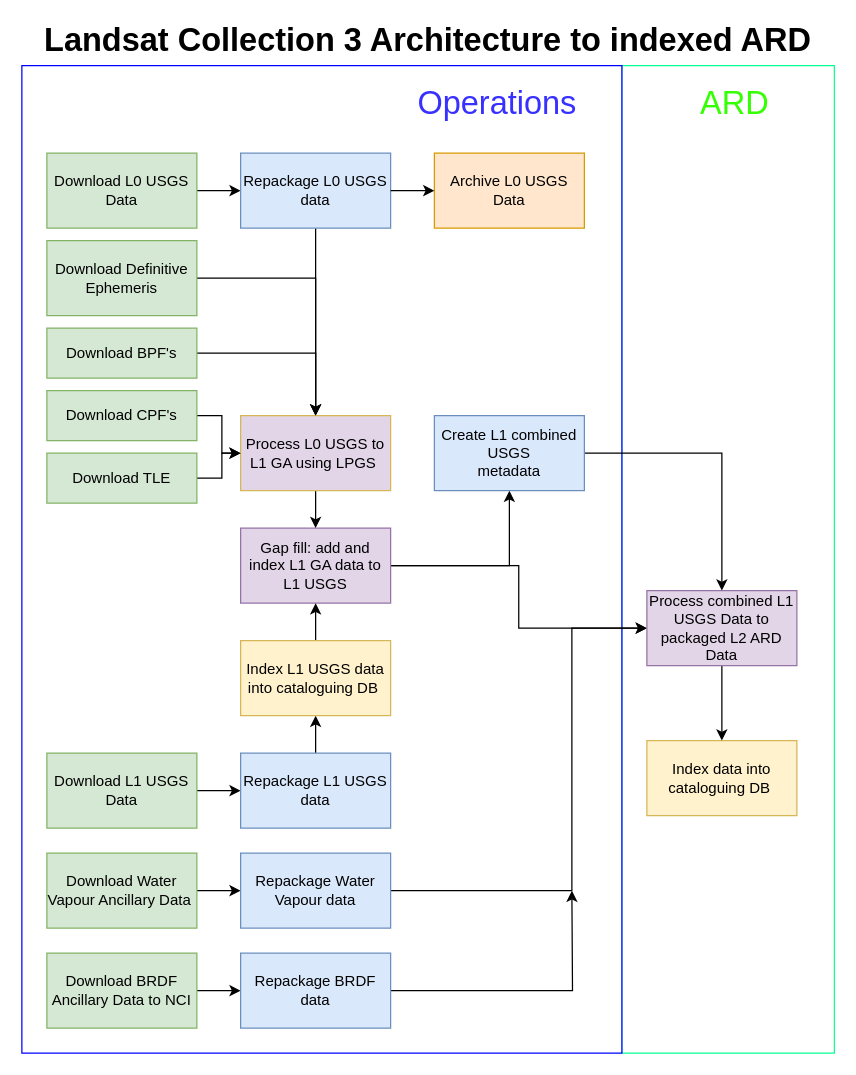
This is collection3/c3dataflow.drawio from dunkgray/dea-document-images, a draw.io file, before an edit. Source tidied: cells renumbered, new cells numbered last; positions are measured from the earlier drawing's top-left corner, leaving out a move shared by most shapes. Both pictures are drawn from the tidied source at 125%, with x=0, y=0 at pixel (21, 28).
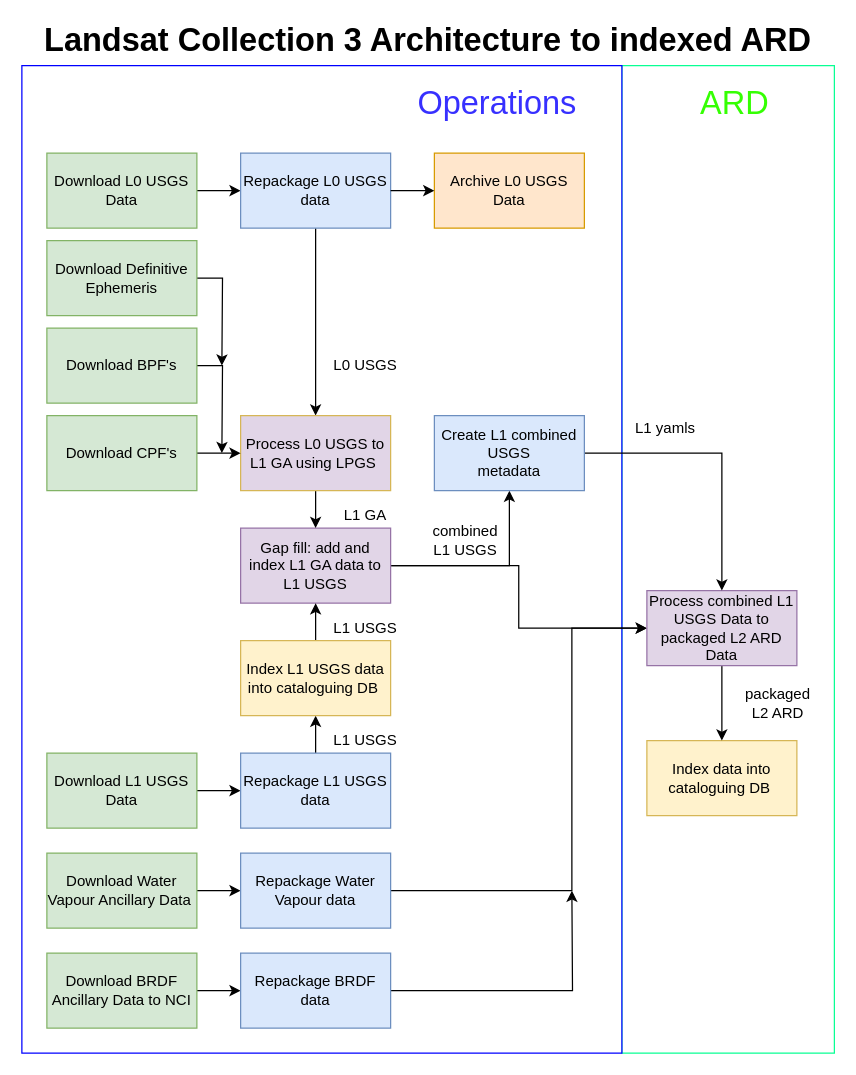
The same diagram, later.

Commit message (it also covers changes not shown here):
removing the telementry process and adding data flow labels

Unchanged cells that the change refers to:
```xml
<mxCell id="25" value="&lt;span id=&quot;docs-internal-guid-3314e49b-7fff-0ffe-2a96-ce71aa8f381f&quot;&gt;&lt;span style=&quot;background-color: transparent ; vertical-align: baseline&quot;&gt;&lt;font style=&quot;font-size: 12px&quot;&gt;Process L0 USGS to L1 GA using LPGS&amp;nbsp;&lt;/font&gt;&lt;/span&gt;&lt;/span&gt;" style="rounded=0;whiteSpace=wrap;html=1;fillColor=#e1d5e7;strokeColor=#d6b656;" parent="1" vertex="1">
  <mxGeometry x="175" y="310" width="120" height="60" as="geometry" />
</mxCell>
<mxCell id="40" value="Download Definitive Ephemeris" style="rounded=0;whiteSpace=wrap;html=1;fillColor=#d5e8d4;strokeColor=#82b366;" parent="1" vertex="1">
  <mxGeometry x="20" y="170" width="120" height="60" as="geometry" />
</mxCell>
```

The edit, as a diff of the source:
```diff
@@
-    <mxCell id="37" style="edgeStyle=orthogonalEdgeStyle;rounded=0;jettySize=auto;html=1;" parent="1" edge="1" source="38" target="25">
-      <mxGeometry relative="1" as="geometry" />
+    <mxCell id="37" style="edgeStyle=orthogonalEdgeStyle;rounded=0;jettySize=auto;html=1;" parent="1" edge="1" source="38">
+      <mxGeometry relative="1" as="geometry">
+        <mxPoint x="160" y="340" as="targetPoint" />
+      </mxGeometry>
     </mxCell>
     <mxCell id="38" value="Download BPF's" style="rounded=0;whiteSpace=wrap;html=1;fillColor=#d5e8d4;strokeColor=#82b366;" parent="1" vertex="1">
-      <mxGeometry x="20" y="240" width="120" height="40" as="geometry" />
+      <mxGeometry x="20" y="240" width="120" height="60" as="geometry" />
     </mxCell>
-    <mxCell id="39" style="edgeStyle=orthogonalEdgeStyle;rounded=0;jettySize=auto;html=1;" parent="1" edge="1" source="40" target="25">
-      <mxGeometry relative="1" as="geometry" />
+    <mxCell id="39" style="edgeStyle=orthogonalEdgeStyle;rounded=0;jettySize=auto;html=1;" parent="1" edge="1" source="40">
+      <mxGeometry relative="1" as="geometry">
+        <mxPoint x="160" y="270" as="targetPoint" />
+      </mxGeometry>
     </mxCell>
@@
     <mxCell id="42" value="Download CPF's" style="rounded=0;whiteSpace=wrap;html=1;fillColor=#d5e8d4;strokeColor=#82b366;" parent="1" vertex="1">
-      <mxGeometry x="20" y="290" width="120" height="40" as="geometry" />
+      <mxGeometry x="20" y="310" width="120" height="60" as="geometry" />
     </mxCell>
-    <mxCell id="43" style="edgeStyle=orthogonalEdgeStyle;rounded=0;jettySize=auto;html=1;" parent="1" edge="1" source="44" target="25">
-      <mxGeometry relative="1" as="geometry" />
-    </mxCell>
-    <mxCell id="44" value="Download TLE" style="rounded=0;whiteSpace=wrap;html=1;fillColor=#d5e8d4;strokeColor=#82b366;" parent="1" vertex="1">
-      <mxGeometry x="20" y="340" width="120" height="40" as="geometry" />
-    </mxCell>
+    <mxCell id="45" value="L1 USGS" style="text;html=1;strokeColor=none;fillColor=none;align=center;verticalAlign=middle;whiteSpace=wrap;rounded=0;" parent="1" vertex="1">
+      <mxGeometry x="240" y="560" width="70" height="20" as="geometry" />
+    </mxCell>
+    <mxCell id="46" value="L1 USGS" style="text;html=1;strokeColor=none;fillColor=none;align=center;verticalAlign=middle;whiteSpace=wrap;rounded=0;" parent="1" vertex="1">
+      <mxGeometry x="240" y="470" width="70" height="20" as="geometry" />
+    </mxCell>
+    <mxCell id="47" value="L1 GA" style="text;html=1;strokeColor=none;fillColor=none;align=center;verticalAlign=middle;whiteSpace=wrap;rounded=0;" parent="1" vertex="1">
+      <mxGeometry x="240" y="380" width="70" height="20" as="geometry" />
+    </mxCell>
+    <mxCell id="48" value="combined L1 USGS" style="text;html=1;strokeColor=none;fillColor=none;align=center;verticalAlign=middle;whiteSpace=wrap;rounded=0;" parent="1" vertex="1">
+      <mxGeometry x="320" y="400" width="70" height="20" as="geometry" />
+    </mxCell>
+    <mxCell id="49" value="L1 yamls" style="text;html=1;strokeColor=none;fillColor=none;align=center;verticalAlign=middle;whiteSpace=wrap;rounded=0;" parent="1" vertex="1">
+      <mxGeometry x="480" y="310" width="70" height="20" as="geometry" />
+    </mxCell>
+    <mxCell id="50" value="packaged L2 ARD" style="text;html=1;strokeColor=none;fillColor=none;align=center;verticalAlign=middle;whiteSpace=wrap;rounded=0;" parent="1" vertex="1">
+      <mxGeometry x="570" y="520" width="70" height="40" as="geometry" />
+    </mxCell>
+    <mxCell id="51" value="L0 USGS" style="text;html=1;strokeColor=none;fillColor=none;align=center;verticalAlign=middle;whiteSpace=wrap;rounded=0;" parent="1" vertex="1">
+      <mxGeometry x="240" y="260" width="70" height="20" as="geometry" />
+    </mxCell>
```
